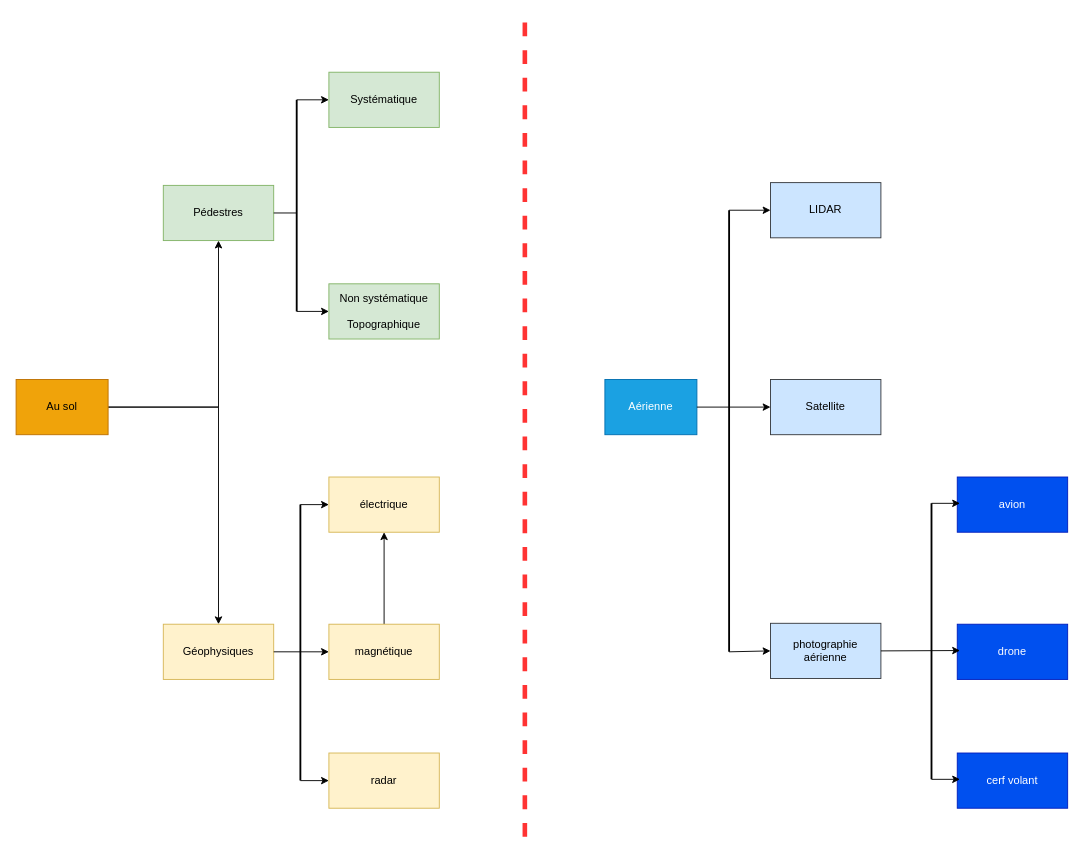
This is Prospections_archeologie.drawio from vincapozzoli/draw_diagrams, a draw.io file, before an edit. Source tidied: cells renumbered, new cells numbered last; positions are measured from the earlier drawing's top-left corner, leaving out a move shared by most shapes. Both pictures are drawn from the tidied source at 92%, with x=0, y=0 at pixel (16, 17).
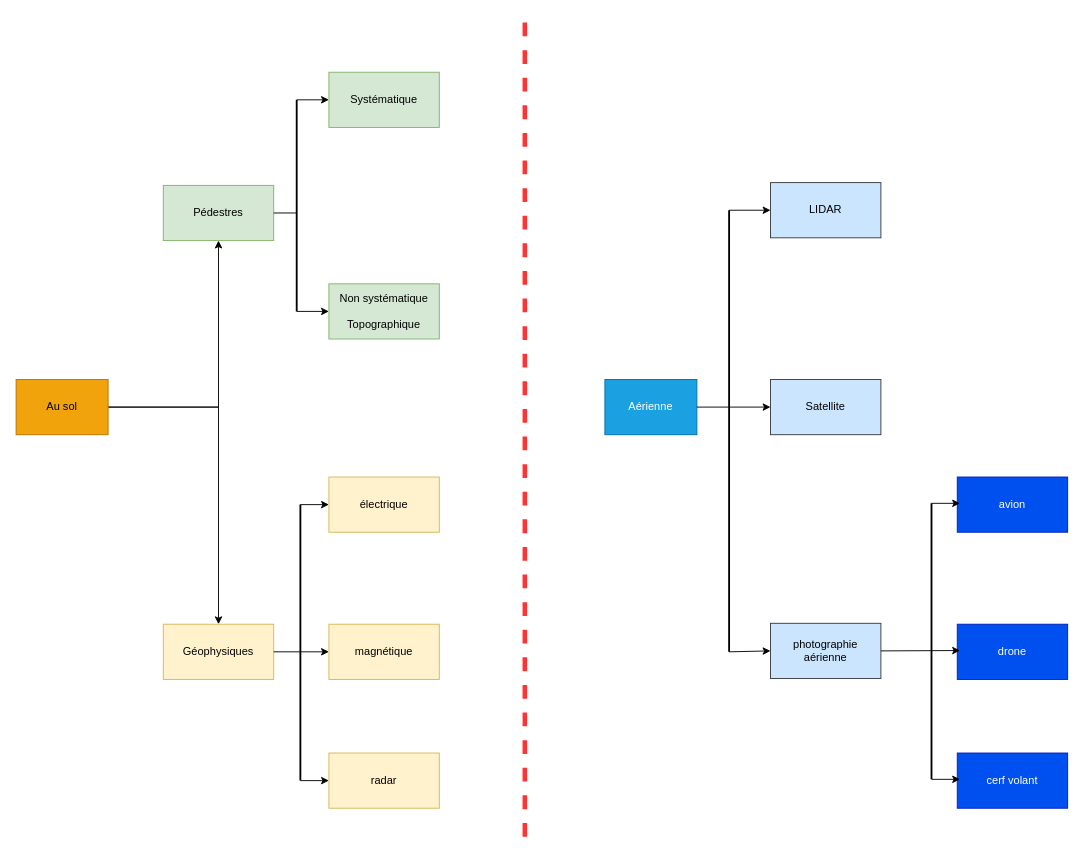
The same diagram, later.

Unchanged cells that the change refers to:
```xml
<mxCell id="9" value="électrique" style="whiteSpace=wrap;html=1;rounded=0;fillColor=#fff2cc;strokeColor=#d6b656;" parent="1" vertex="1">
  <mxGeometry x="340" y="499" width="120" height="60" as="geometry" />
</mxCell>
<mxCell id="11" value="magnétique" style="whiteSpace=wrap;html=1;rounded=0;fillColor=#fff2cc;strokeColor=#d6b656;" parent="1" vertex="1">
  <mxGeometry x="340" y="659" width="120" height="60" as="geometry" />
</mxCell>
```

Change to the diagram source:
```diff
@@
-    <mxCell id="10" style="edgeStyle=orthogonalEdgeStyle;rounded=0;jettySize=auto;html=1;" parent="1" edge="1" source="11" target="9">
-      <mxGeometry relative="1" as="geometry" />
-    </mxCell>
```
